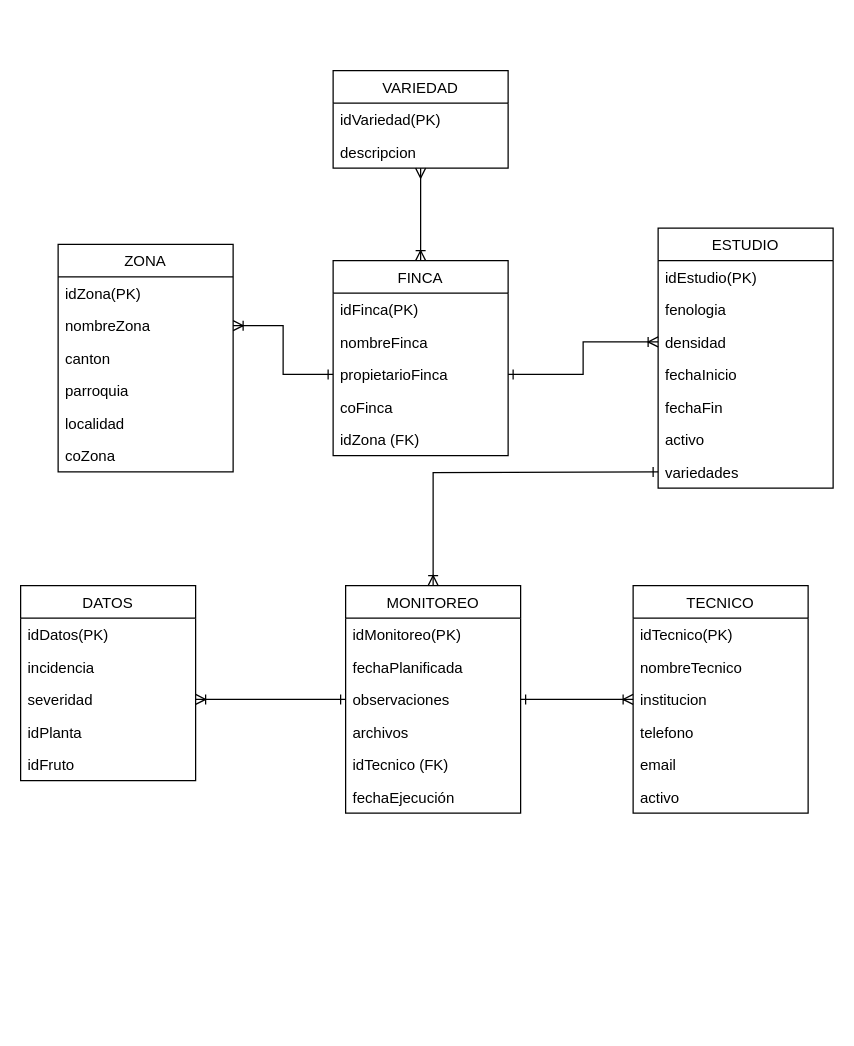
Before: bd.drawio in Fisherr05/alertas-tempranas, a draw.io diagram. Source tidied: cells renumbered, new cells numbered last; positions are measured from the earlier drawing's top-left corner, leaving out a move shared by most shapes. Both pictures are drawn from the tidied source at 125%, with x=0, y=0 at pixel (20, 70).
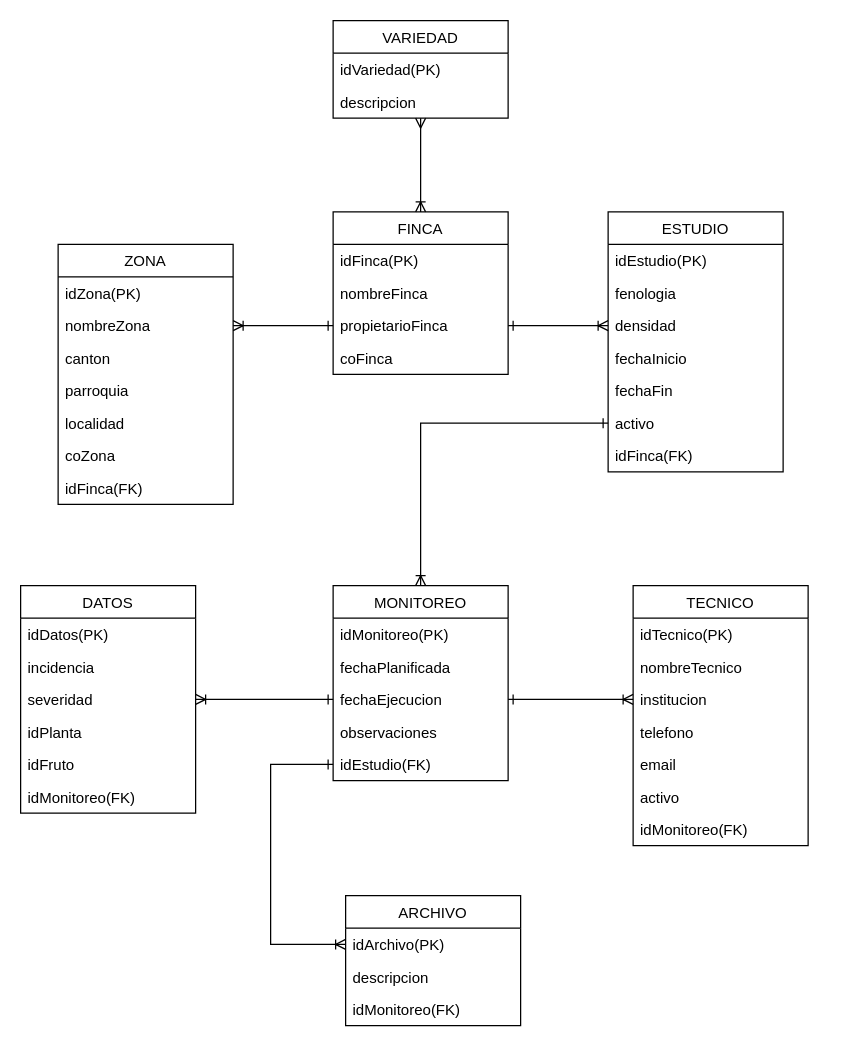
The same page after the edit.

Unchanged cells that the change refers to:
```xml
<mxCell id="27" value="activo" style="text;strokeColor=none;fillColor=none;align=left;verticalAlign=top;spacingLeft=4;spacingRight=4;overflow=hidden;points=[[0,0.5],[1,0.5]];portConstraint=eastwest;" parent="21" vertex="1">
  <mxGeometry y="156" width="140" height="26" as="geometry" />
</mxCell>
```

Change to the diagram source:
```diff
@@
     <mxCell id="2" value="DATOS" style="swimlane;fontStyle=0;horizontal=1;startSize=26;fillColor=none;" parent="1" vertex="1">
-      <mxGeometry y="412" width="140" height="156" as="geometry" />
+      <mxGeometry y="412" width="140" height="182" as="geometry" />
     </mxCell>
@@
+    <mxCell id="52" value="idMonitoreo(FK)" style="text;strokeColor=none;fillColor=none;align=left;verticalAlign=top;spacingLeft=4;spacingRight=4;overflow=hidden;" parent="2" vertex="1">
+      <mxGeometry y="156" width="140" height="26" as="geometry" />
+    </mxCell>
     <mxCell id="8" value="FINCA" style="swimlane;fontStyle=0;horizontal=1;startSize=26;fillColor=none;" parent="1" vertex="1">
-      <mxGeometry x="250" y="152" width="140" height="156" as="geometry" />
+      <mxGeometry x="250" y="113" width="140" height="130" as="geometry" />
     </mxCell>
@@
-    <mxCell id="13" value="idZona (FK)" style="text;strokeColor=none;fillColor=none;align=left;verticalAlign=top;spacingLeft=4;spacingRight=4;overflow=hidden;" parent="8" vertex="1">
-      <mxGeometry y="130" width="140" height="26" as="geometry" />
-    </mxCell>
     <mxCell id="14" value="ZONA" style="swimlane;fontStyle=0;horizontal=1;startSize=26;fillColor=none;" parent="1" vertex="1">
-      <mxGeometry x="30" y="139" width="140" height="182" as="geometry" />
+      <mxGeometry x="30" y="139" width="140" height="208" as="geometry" />
     </mxCell>
@@
+    <mxCell id="53" value="idFinca(FK)" style="text;strokeColor=none;fillColor=none;align=left;verticalAlign=top;spacingLeft=4;spacingRight=4;overflow=hidden;" parent="14" vertex="1">
+      <mxGeometry y="182" width="140" height="26" as="geometry" />
+    </mxCell>
     <mxCell id="21" value="ESTUDIO" style="swimlane;fontStyle=0;horizontal=1;startSize=26;fillColor=none;" parent="1" vertex="1">
-      <mxGeometry x="510" y="126" width="140" height="208" as="geometry" />
+      <mxGeometry x="470" y="113" width="140" height="208" as="geometry" />
     </mxCell>
@@
-    <mxCell id="28" value="variedades" style="text;strokeColor=none;fillColor=none;align=left;verticalAlign=top;spacingLeft=4;spacingRight=4;overflow=hidden;" parent="21" vertex="1">
-      <mxGeometry y="182" width="140" height="26" as="geometry" />
-    </mxCell>
+    <mxCell id="54" value="idFinca(FK)" style="text;strokeColor=none;fillColor=none;align=left;verticalAlign=top;spacingLeft=4;spacingRight=4;overflow=hidden;" parent="21" vertex="1">
+      <mxGeometry y="182" width="140" height="26" as="geometry" />
+    </mxCell>
     <mxCell id="29" value="VARIEDAD" style="swimlane;fontStyle=0;horizontal=1;startSize=26;fillColor=none;" parent="1" vertex="1">
-      <mxGeometry x="250" width="140" height="78" as="geometry" />
+      <mxGeometry x="250" y="-40" width="140" height="78" as="geometry" />
     </mxCell>
-    <mxCell id="30" value="idVariedad(PK)" style="text;strokeColor=none;fillColor=none;align=left;verticalAlign=top;spacingLeft=4;spacingRight=4;overflow=hidden;" parent="29" vertex="1">
-      <mxGeometry y="26" width="140" height="26" as="geometry" />
-    </mxCell>
-    <mxCell id="31" value="descripcion" style="text;strokeColor=none;fillColor=none;align=left;verticalAlign=top;spacingLeft=4;spacingRight=4;overflow=hidden;points=[[0,0.5],[1,0.5]];portConstraint=eastwest;" parent="29" vertex="1">
-      <mxGeometry y="52" width="140" height="26" as="geometry" />
+    <mxCell id="31" value="idVariedad(PK)" style="text;strokeColor=none;fillColor=none;align=left;verticalAlign=top;spacingLeft=4;spacingRight=4;overflow=hidden;points=[[0,0.5],[1,0.5]];portConstraint=eastwest;" parent="29" vertex="1">
+      <mxGeometry y="26" width="140" height="26" as="geometry" />
     </mxCell>
+    <mxCell id="55" value="descripcion" style="text;strokeColor=none;fillColor=none;align=left;verticalAlign=top;spacingLeft=4;spacingRight=4;overflow=hidden;points=[[0,0.5],[1,0.5]];portConstraint=eastwest;" parent="29" vertex="1">
+      <mxGeometry y="52" width="140" height="26" as="geometry" />
+    </mxCell>
     <mxCell id="32" value="MONITOREO" style="swimlane;fontStyle=0;horizontal=1;startSize=26;fillColor=none;" parent="1" vertex="1">
-      <mxGeometry x="260" y="412" width="140" height="182" as="geometry" />
+      <mxGeometry x="250" y="412" width="140" height="156" as="geometry" />
     </mxCell>
@@
-    <mxCell id="35" value="observaciones" style="text;strokeColor=none;fillColor=none;align=left;verticalAlign=top;spacingLeft=4;spacingRight=4;overflow=hidden;points=[[0,0.5],[1,0.5]];portConstraint=eastwest;" parent="32" vertex="1">
+    <mxCell id="35" value="fechaEjecucion" style="text;strokeColor=none;fillColor=none;align=left;verticalAlign=top;spacingLeft=4;spacingRight=4;overflow=hidden;points=[[0,0.5],[1,0.5]];portConstraint=eastwest;" parent="32" vertex="1">
       <mxGeometry y="78" width="140" height="26" as="geometry" />
     </mxCell>
-    <mxCell id="36" value="archivos" style="text;strokeColor=none;fillColor=none;align=left;verticalAlign=top;spacingLeft=4;spacingRight=4;overflow=hidden;" parent="32" vertex="1">
-      <mxGeometry y="104" width="140" height="26" as="geometry" />
-    </mxCell>
-    <mxCell id="37" value="idTecnico (FK)" style="text;strokeColor=none;fillColor=none;align=left;verticalAlign=top;spacingLeft=4;spacingRight=4;overflow=hidden;" parent="32" vertex="1">
-      <mxGeometry y="130" width="140" height="26" as="geometry" />
+    <mxCell id="37" value="observaciones" style="text;strokeColor=none;fillColor=none;align=left;verticalAlign=top;spacingLeft=4;spacingRight=4;overflow=hidden;" parent="32" vertex="1">
+      <mxGeometry y="104" width="140" height="26" as="geometry" />
     </mxCell>
-    <mxCell id="38" value="fechaEjecución" style="text;strokeColor=none;fillColor=none;align=left;verticalAlign=top;spacingLeft=4;spacingRight=4;overflow=hidden;" parent="32" vertex="1">
-      <mxGeometry y="156" width="140" height="26" as="geometry" />
-    </mxCell>
+    <mxCell id="56" value="idEstudio(FK)" style="text;strokeColor=none;fillColor=none;align=left;verticalAlign=top;spacingLeft=4;spacingRight=4;overflow=hidden;points=[[0,0.5],[1,0.5]];portConstraint=eastwest;" parent="32" vertex="1">
+      <mxGeometry y="130" width="140" height="26" as="geometry" />
+    </mxCell>
     <mxCell id="39" value="TECNICO" style="swimlane;fontStyle=0;horizontal=1;startSize=26;fillColor=none;" parent="1" vertex="1">
-      <mxGeometry x="490" y="412" width="140" height="182" as="geometry" />
+      <mxGeometry x="490" y="412" width="140" height="208" as="geometry" />
     </mxCell>
@@
+    <mxCell id="57" value="idMonitoreo(FK)" style="text;strokeColor=none;fillColor=none;align=left;verticalAlign=top;spacingLeft=4;spacingRight=4;overflow=hidden;" parent="39" vertex="1">
+      <mxGeometry y="182" width="140" height="26" as="geometry" />
+    </mxCell>
@@
-    <mxCell id="48" style="edgeStyle=none;rounded=0;jettySize=auto;html=1;startArrow=ERoneToMany;startFill=0;endArrow=ERmany;endFill=0;exitX=0.5;exitY=0;exitDx=0;exitDy=0;" parent="1" edge="1" source="8" target="31">
+    <mxCell id="48" style="edgeStyle=none;rounded=0;jettySize=auto;html=1;startArrow=ERoneToMany;startFill=0;endArrow=ERmany;endFill=0;exitX=0.5;exitY=0;exitDx=0;exitDy=0;entryX=0.5;entryY=1;entryDx=0;entryDy=0;entryPerimeter=0;" parent="1" edge="1" source="8" target="55">
       <mxGeometry relative="1" as="geometry" />
     </mxCell>
@@
-    <mxCell id="50" style="edgeStyle=orthogonalEdgeStyle;rounded=0;jettySize=auto;html=1;entryX=0.5;entryY=0;entryDx=0;entryDy=0;endArrow=ERoneToMany;endFill=0;startArrow=ERone;startFill=0;" parent="1" edge="1" target="32">
-      <mxGeometry relative="1" as="geometry">
-        <mxPoint x="510" y="321" as="sourcePoint" />
-      </mxGeometry>
+    <mxCell id="50" style="edgeStyle=orthogonalEdgeStyle;rounded=0;jettySize=auto;html=1;entryX=0.5;entryY=0;entryDx=0;entryDy=0;endArrow=ERoneToMany;endFill=0;startArrow=ERone;startFill=0;exitX=0;exitY=0.5;exitDx=0;exitDy=0;" parent="1" edge="1" source="27" target="32">
+      <mxGeometry relative="1" as="geometry" />
     </mxCell>
@@
+    <mxCell id="58" value="ARCHIVO" style="swimlane;fontStyle=0;horizontal=1;startSize=26;fillColor=none;" parent="1" vertex="1">
+      <mxGeometry x="260" y="660" width="140" height="104" as="geometry" />
+    </mxCell>
+    <mxCell id="59" value="idArchivo(PK)" style="text;strokeColor=none;fillColor=none;align=left;verticalAlign=top;spacingLeft=4;spacingRight=4;overflow=hidden;points=[[0,0.5],[1,0.5]];portConstraint=eastwest;" parent="58" vertex="1">
+      <mxGeometry y="26" width="140" height="26" as="geometry" />
+    </mxCell>
+    <mxCell id="60" value="descripcion" style="text;strokeColor=none;fillColor=none;align=left;verticalAlign=top;spacingLeft=4;spacingRight=4;overflow=hidden;" parent="58" vertex="1">
+      <mxGeometry y="52" width="140" height="26" as="geometry" />
+    </mxCell>
+    <mxCell id="61" value="idMonitoreo(FK)" style="text;strokeColor=none;fillColor=none;align=left;verticalAlign=top;spacingLeft=4;spacingRight=4;overflow=hidden;" parent="58" vertex="1">
+      <mxGeometry y="78" width="140" height="26" as="geometry" />
+    </mxCell>
+    <mxCell id="62" style="edgeStyle=none;rounded=0;jettySize=auto;html=1;entryX=0;entryY=0.5;entryDx=0;entryDy=0;endArrow=ERoneToMany;endFill=0;startArrow=ERone;startFill=0;exitX=0;exitY=0.5;exitDx=0;exitDy=0;" parent="1" edge="1" source="56" target="59">
+      <mxGeometry relative="1" as="geometry">
+        <Array as="points">
+          <mxPoint x="200" y="555" />
+          <mxPoint x="200" y="699" />
+        </Array>
+      </mxGeometry>
+    </mxCell>
```
